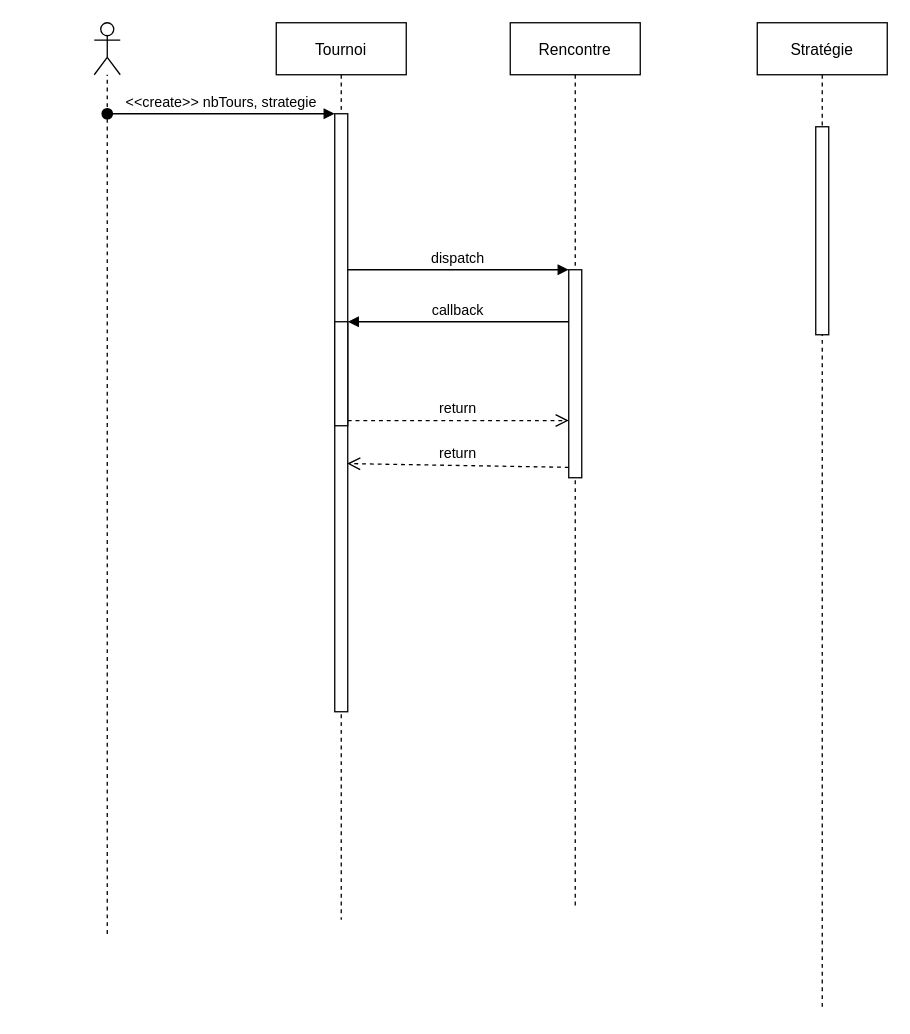
Before: doc/diagramme_sequence.drawio in DaeronHTV/DilemmeDuPrisionnier, a draw.io diagram. Source tidied: cells renumbered, new cells numbered last; positions are measured from the earlier drawing's top-left corner, leaving out a move shared by most shapes. Both pictures are drawn from the tidied source at 130%, with x=0, y=0 at pixel (94, 22).
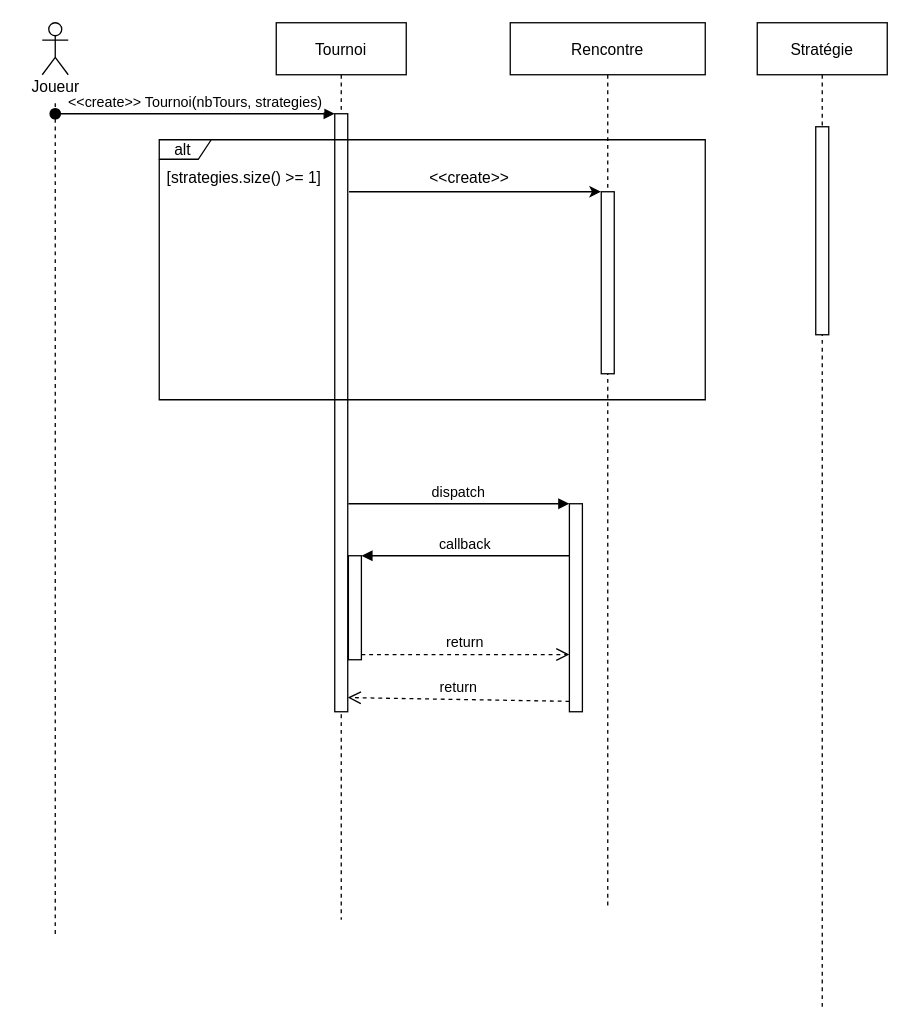
The same diagram, later.

Commit message:
maj diagramme de séquence

The change refers to these unchanged cells:
```xml
<mxCell id="2" value="Tournoi" style="shape=umlLifeline;perimeter=lifelinePerimeter;rounded=0;shadow=0;strokeWidth=1;" parent="1" vertex="1">
  <mxGeometry x="140" width="100" height="690" as="geometry" />
</mxCell>
<mxCell id="3" style="points=[];perimeter=orthogonalPerimeter;rounded=0;shadow=0;strokeWidth=1;" parent="2" vertex="1">
  <mxGeometry x="45" y="70" width="10" height="460" as="geometry" />
</mxCell>
```

The edit, as a diff of the source:
```diff
@@
-    <mxCell id="4" value="&lt;&lt;create&gt;&gt; nbTours, strategie" style="verticalAlign=bottom;startArrow=oval;endArrow=block;startSize=8;shadow=0;strokeWidth=1;" parent="2" edge="1" target="3">
+    <mxCell id="4" value="&lt;&lt;create&gt;&gt; Tournoi(nbTours, strategies)" style="verticalAlign=bottom;startArrow=oval;endArrow=block;startSize=8;shadow=0;strokeWidth=1;" parent="2" edge="1" target="3">
       <mxGeometry relative="1" as="geometry">
-        <mxPoint x="-130" y="70" as="sourcePoint" />
+        <mxPoint x="-170" y="70" as="sourcePoint" />
       </mxGeometry>
     </mxCell>
     <mxCell id="5" style="points=[];perimeter=orthogonalPerimeter;rounded=0;shadow=0;strokeWidth=1;" parent="2" vertex="1">
-      <mxGeometry x="45" y="230" width="10" height="80" as="geometry" />
+      <mxGeometry x="55.5" y="410" width="10" height="80" as="geometry" />
     </mxCell>
     <mxCell id="6" value="Rencontre" style="shape=umlLifeline;perimeter=lifelinePerimeter;rounded=0;shadow=0;strokeWidth=1;" parent="1" vertex="1">
-      <mxGeometry x="320" width="100" height="680" as="geometry" />
+      <mxGeometry x="320" width="150" height="680" as="geometry" />
     </mxCell>
     <mxCell id="7" style="points=[];perimeter=orthogonalPerimeter;rounded=0;shadow=0;strokeWidth=1;" parent="6" vertex="1">
-      <mxGeometry x="45" y="190" width="10" height="160" as="geometry" />
+      <mxGeometry x="45.5" y="370" width="10" height="160" as="geometry" />
     </mxCell>
+    <mxCell id="16" value="alt&amp;nbsp;" style="shape=umlFrame;whiteSpace=wrap;html=1;width=40;height=15;" parent="6" vertex="1">
+      <mxGeometry x="-270" y="90" width="420" height="200" as="geometry" />
+    </mxCell>
+    <mxCell id="17" style="points=[];perimeter=orthogonalPerimeter;rounded=0;shadow=0;strokeWidth=1;" parent="6" vertex="1">
+      <mxGeometry x="70" y="130" width="10" height="140" as="geometry" />
+    </mxCell>
+    <mxCell id="18" value="&amp;lt;&amp;lt;create&amp;gt;&amp;gt;&amp;nbsp;" style="text;html=1;align=center;verticalAlign=middle;" parent="6" vertex="1">
+      <mxGeometry x="-70" y="110" width="80" height="20" as="geometry" />
+    </mxCell>
-    <mxCell id="8" value="return" style="verticalAlign=bottom;endArrow=open;dashed=1;endSize=8;exitX=0;exitY=0.95;shadow=0;strokeWidth=1;entryX=0.953;entryY=0.585;entryDx=0;entryDy=0;entryPerimeter=0;" parent="1" edge="1" source="7" target="3">
-      <mxGeometry relative="1" as="geometry" />
+    <mxCell id="8" value="return" style="verticalAlign=bottom;endArrow=open;dashed=1;endSize=8;exitX=0;exitY=0.95;shadow=0;strokeWidth=1;entryX=0.953;entryY=0.585;entryDx=0;entryDy=0;entryPerimeter=0;" parent="1" edge="1" source="7">
+      <mxGeometry relative="1" as="geometry">
+        <mxPoint x="195" y="519.1" as="targetPoint" />
+      </mxGeometry>
     </mxCell>
-    <mxCell id="9" value="dispatch" style="verticalAlign=bottom;endArrow=block;entryX=0;entryY=0;shadow=0;strokeWidth=1;" parent="1" edge="1" source="3" target="7">
-      <mxGeometry relative="1" as="geometry" />
+    <mxCell id="9" value="dispatch" style="verticalAlign=bottom;endArrow=block;entryX=0;entryY=0;shadow=0;strokeWidth=1;" parent="1" edge="1" target="7">
+      <mxGeometry relative="1" as="geometry">
+        <mxPoint x="195.5" y="370" as="sourcePoint" />
+      </mxGeometry>
     </mxCell>
@@
-    <mxCell id="12" style="endArrow=none;dashed=1;html=1;" parent="1" edge="1">
+    <mxCell id="12" style="endArrow=none;dashed=1;html=1;" parent="1" edge="1" source="19">
       <mxGeometry relative="1" as="geometry">
-        <mxPoint x="10" y="700.9" as="sourcePoint" />
-        <mxPoint x="10" y="40" as="targetPoint" />
+        <mxPoint x="-30" y="40" as="targetPoint" />
       </mxGeometry>
     </mxCell>
     <mxCell id="13" style="shape=umlActor;verticalLabelPosition=bottom;verticalAlign=top;html=1;" parent="1" vertex="1">
-      <mxGeometry width="20" height="40" as="geometry" />
+      <mxGeometry x="-40" width="20" height="40" as="geometry" />
     </mxCell>
@@
+    <mxCell id="19" value="Joueur" style="text;html=1;align=center;verticalAlign=middle;points=[];" parent="1" vertex="1">
+      <mxGeometry x="-55" y="40" width="50" height="20" as="geometry" />
+    </mxCell>
+    <mxCell id="20" style="endArrow=none;dashed=1;html=1;" parent="1" edge="1" target="19">
+      <mxGeometry relative="1" as="geometry">
+        <mxPoint x="-30" y="700.9" as="sourcePoint" />
+      </mxGeometry>
+    </mxCell>
+    <mxCell id="21" style="endArrow=classic;html=1;entryX=-0.02;entryY=0;entryDx=0;entryDy=0;entryPerimeter=0;" parent="1" edge="1" target="17">
+      <mxGeometry relative="1" as="geometry">
+        <mxPoint x="196" y="130" as="sourcePoint" />
+      </mxGeometry>
+    </mxCell>
+    <mxCell id="22" value="[strategies.size() &amp;gt;= 1]" style="text;html=1;align=center;verticalAlign=middle;" parent="1" vertex="1">
+      <mxGeometry x="50" y="110" width="130" height="20" as="geometry" />
+    </mxCell>
```
